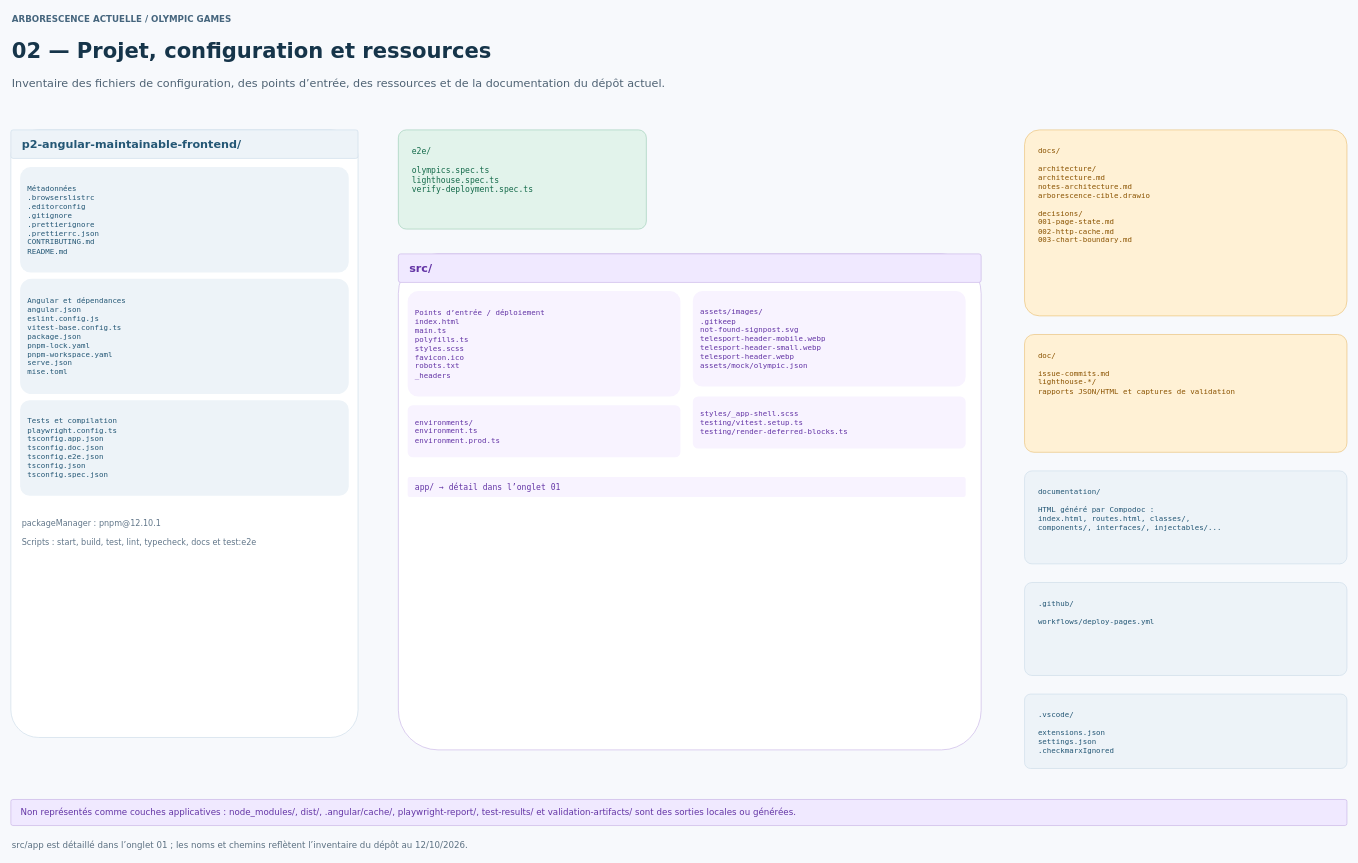
This is page "02 — Projet, configuration et ressources" (2 of 2) of docs/architecture/arborescence-cible.drawio from Yann-Erwann/p2-angular-maintainable-frontend, a draw.io file, before an edit. Source tidied: cells renumbered, new cells numbered last; positions are measured from the earlier drawing's top-left corner, leaving out a move shared by most shapes. Both pictures are drawn from the tidied source at 62%, with x=0, y=0 at pixel (11, 11).
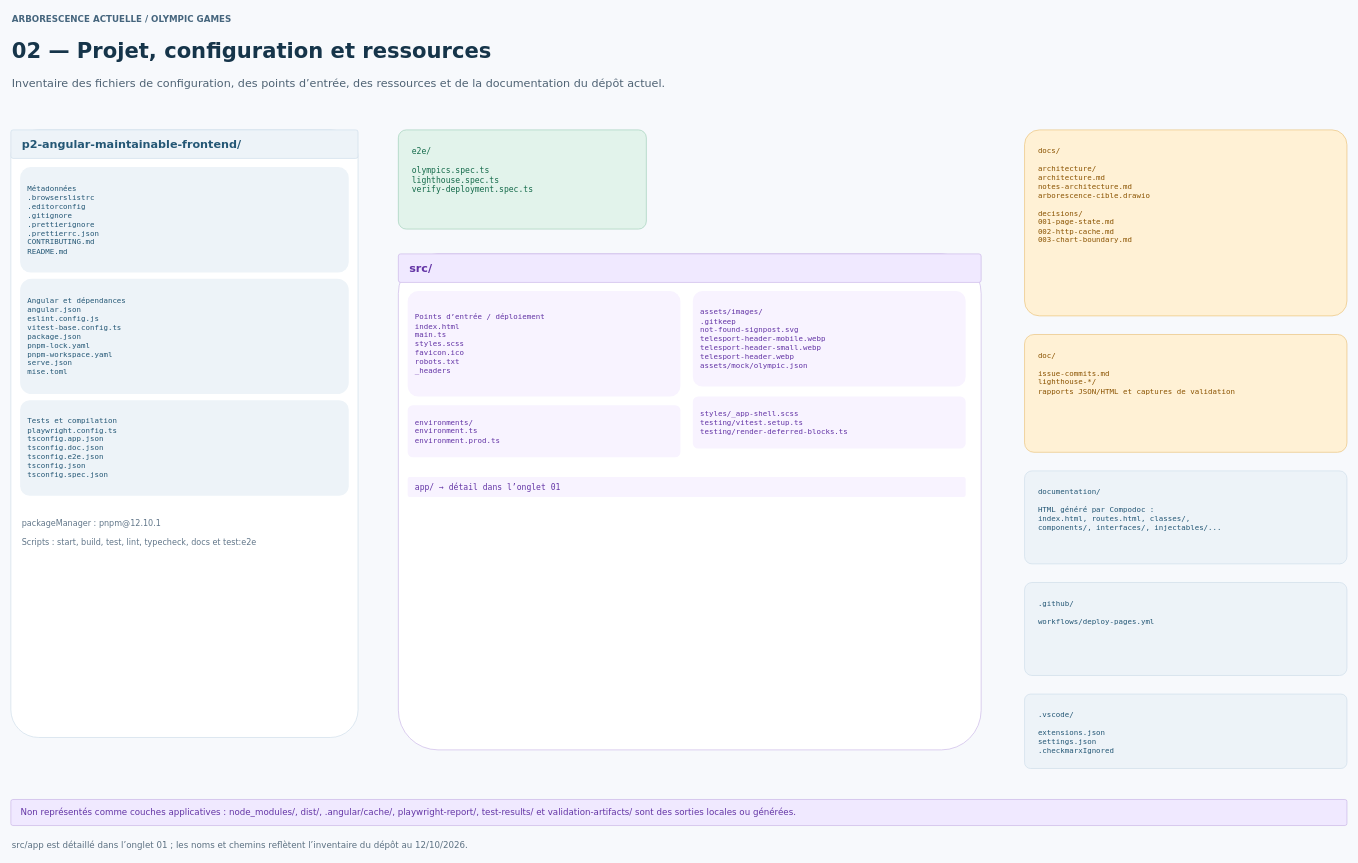
After the change.

Unchanged cells that the change refers to:
```xml
<mxCell id="14" style="rounded=1;arcSize=8;html=0;whiteSpace=wrap;fillColor=#FFFFFF;strokeColor=#C6B1E5;strokeWidth=1;" parent="1" vertex="1">
  <mxGeometry x="625" y="392" width="940" height="800" as="geometry" />
</mxCell>
```

Change to the diagram source:
```diff
@@
-    <mxCell id="17" value="Points d’entrée / déploiement&#10;index.html&#10;main.ts&#10;polyfills.ts&#10;styles.scss&#10;favicon.ico&#10;robots.txt&#10;_headers" style="rounded=1;arcSize=10;whiteSpace=wrap;html=0;align=left;verticalAlign=middle;spacingLeft=10;fillColor=#F8F3FF;strokeColor=none;fontFamily=DejaVu Sans Mono;fontSize=12;fontColor=#6334A5;" parent="14" vertex="1">
+    <mxCell id="17" value="Points d’entrée / déploiement&#10;index.html&#10;main.ts&#10;styles.scss&#10;favicon.ico&#10;robots.txt&#10;_headers" style="rounded=1;arcSize=10;whiteSpace=wrap;html=0;align=left;verticalAlign=middle;spacingLeft=10;fillColor=#F8F3FF;strokeColor=none;fontFamily=DejaVu Sans Mono;fontSize=12;fontColor=#6334A5;" parent="14" vertex="1">
       <mxGeometry x="15" y="60" width="440" height="170" as="geometry" />
     </mxCell>
```
